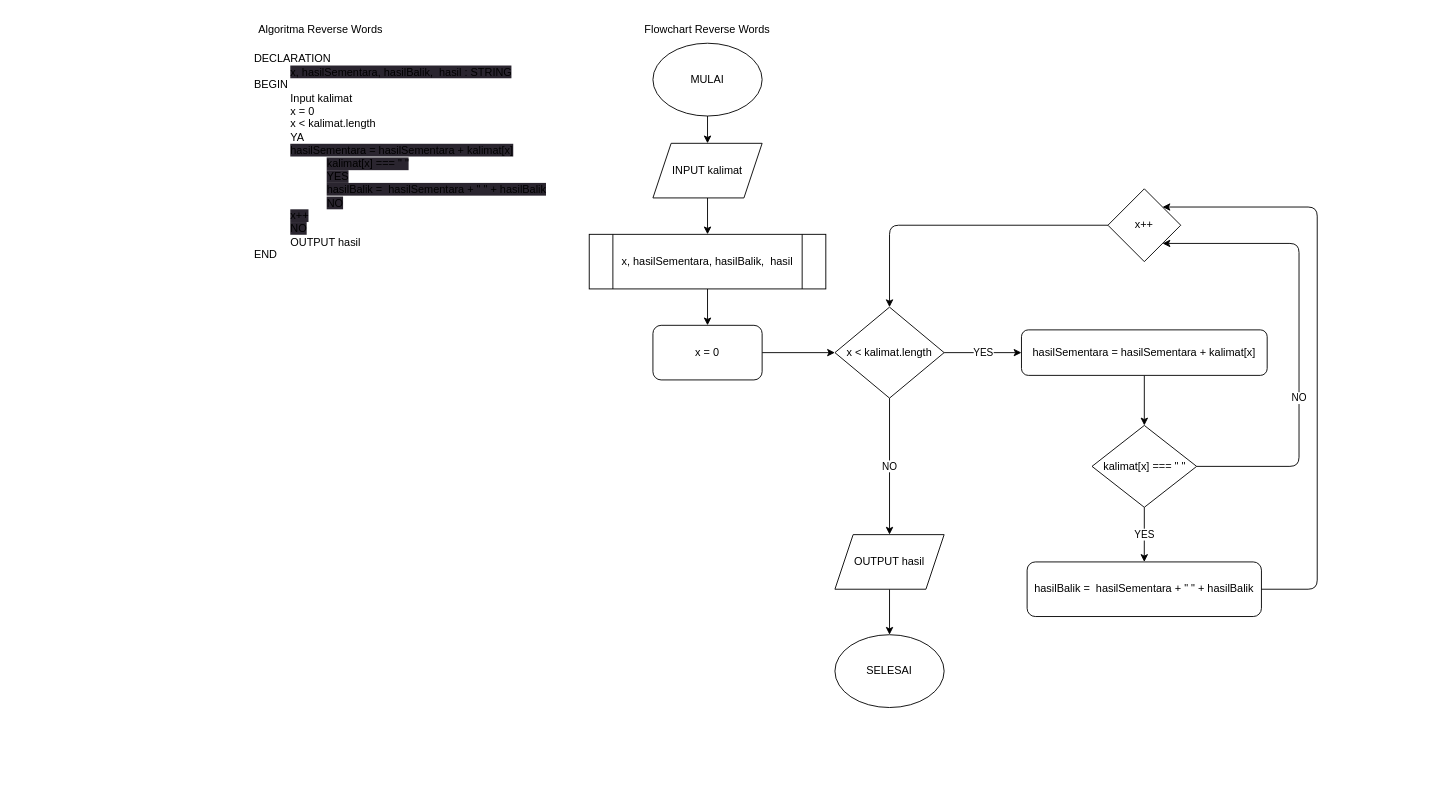
wisnu318/fwg17-computer-science keeps this draw.io diagram as page "Reverse Word" (1 of 2) of tugas6.drawio. Above is the earlier version. Source tidied: cells renumbered, new cells numbered last; positions are measured from the earlier drawing's top-left corner, leaving out a move shared by most shapes. Both pictures are drawn from the tidied source at 91%, with x=0, y=0 at pixel (234, 15).
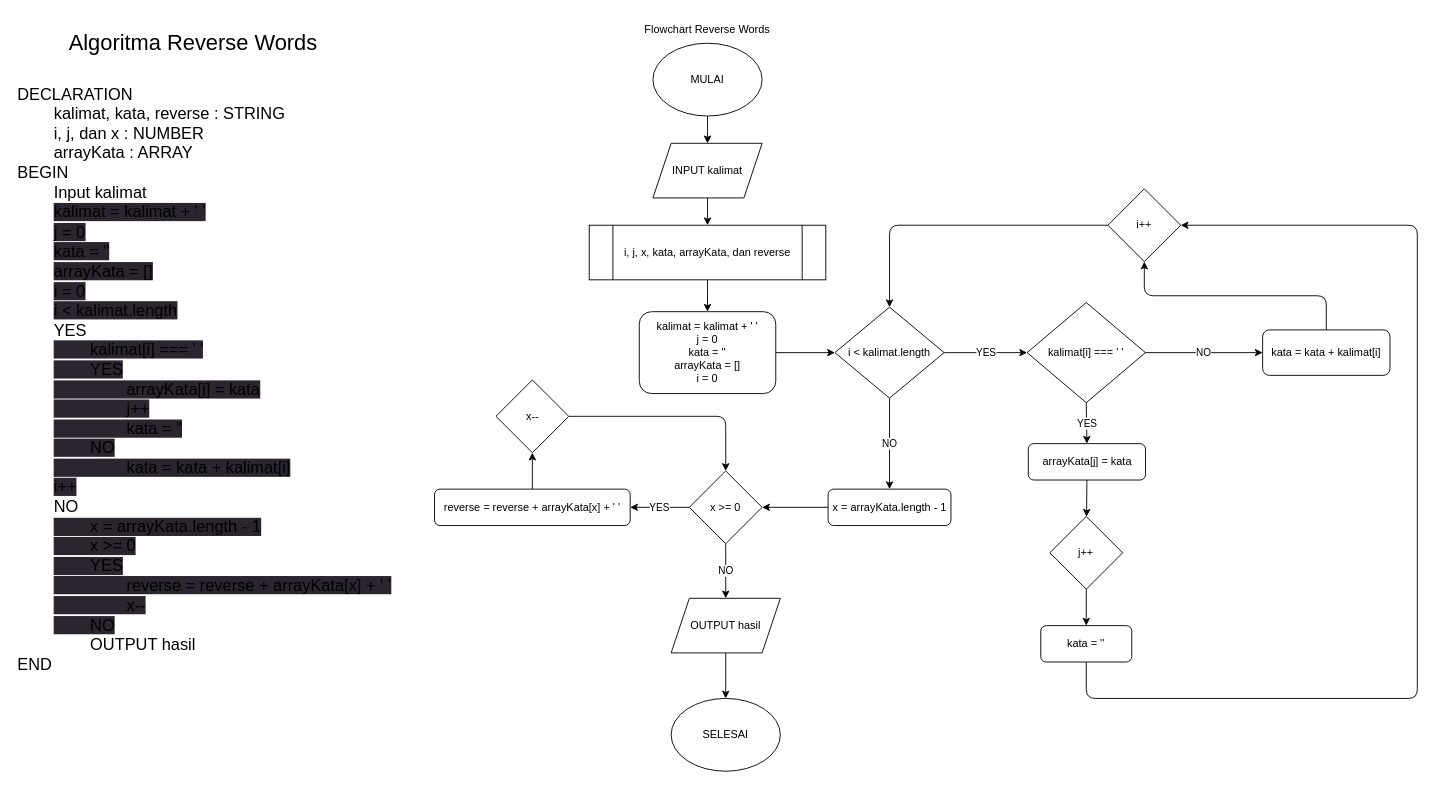
Above is the later version.

Diff of the diagram source:
```diff
@@
-    <mxCell id="2" value="Algoritma Reverse Words" style="text;html=1;strokeColor=none;fillColor=none;align=center;verticalAlign=middle;whiteSpace=wrap;rounded=0;" parent="1" vertex="1">
-      <mxGeometry width="190" height="30" as="geometry" />
+    <mxCell id="2" value="&lt;font style=&quot;font-size: 24px;&quot;&gt;Algoritma Reverse Words&lt;/font&gt;" style="text;html=1;strokeColor=none;fillColor=none;align=center;verticalAlign=middle;whiteSpace=wrap;rounded=0;" parent="1" vertex="1">
+      <mxGeometry x="-220" width="350" height="60" as="geometry" />
     </mxCell>
@@
-    <mxCell id="6" value="DECLARATION&lt;br&gt;&lt;blockquote style=&quot;margin: 0 0 0 40px; border: none; padding: 0px;&quot;&gt;&lt;span style=&quot;text-align: center; background-color: rgb(42, 37, 47);&quot;&gt;x, hasilSementara, hasilBalik,&amp;nbsp; hasil : STRING&lt;/span&gt;&lt;br&gt;&lt;/blockquote&gt;&lt;div style=&quot;&quot;&gt;BEGIN&lt;/div&gt;&lt;blockquote style=&quot;margin: 0 0 0 40px; border: none; padding: 0px;&quot;&gt;&lt;div style=&quot;&quot;&gt;Input kalimat&lt;/div&gt;&lt;div style=&quot;&quot;&gt;x = 0&lt;/div&gt;&lt;div style=&quot;&quot;&gt;x &amp;lt; kalimat.length&lt;/div&gt;&lt;div style=&quot;&quot;&gt;YA&lt;/div&gt;&lt;div style=&quot;&quot;&gt;&lt;span style=&quot;background-color: rgb(42, 37, 47); text-align: center;&quot;&gt;hasilSementara = hasilSementara + kalimat[x]&lt;/span&gt;&lt;/div&gt;&lt;/blockquote&gt;&lt;blockquote style=&quot;margin: 0 0 0 40px; border: none; padding: 0px;&quot;&gt;&lt;blockquote style=&quot;margin: 0 0 0 40px; border: none; padding: 0px;&quot;&gt;&lt;span style=&quot;text-align: center; background-color: rgb(42, 37, 47);&quot;&gt;kalimat[x] === &quot; &quot;&lt;/span&gt;&lt;/blockquote&gt;&lt;blockquote style=&quot;margin: 0 0 0 40px; border: none; padding: 0px;&quot;&gt;&lt;span style=&quot;text-align: center; background-color: rgb(42, 37, 47);&quot;&gt;YES&lt;/span&gt;&lt;/blockquote&gt;&lt;blockquote style=&quot;margin: 0 0 0 40px; border: none; padding: 0px;&quot;&gt;&lt;span style=&quot;text-align: center; background-color: rgb(42, 37, 47);&quot;&gt;hasilBalik =&amp;nbsp; hasilSementara + &quot; &quot; + hasilBalik&lt;/span&gt;&lt;/blockquote&gt;&lt;blockquote style=&quot;margin: 0 0 0 40px; border: none; padding: 0px;&quot;&gt;&lt;span style=&quot;background-color: rgb(42, 37, 47); text-align: center;&quot;&gt;NO&lt;/span&gt;&lt;/blockquote&gt;&lt;/blockquote&gt;&lt;blockquote style=&quot;margin: 0 0 0 40px; border: none; padding: 0px;&quot;&gt;&lt;div style=&quot;&quot;&gt;&lt;span style=&quot;text-align: center; background-color: rgb(42, 37, 47);&quot;&gt;x++&lt;/span&gt;&lt;br&gt;&lt;/div&gt;&lt;div style=&quot;&quot;&gt;&lt;span style=&quot;text-align: center; background-color: rgb(42, 37, 47);&quot;&gt;NO&lt;/span&gt;&lt;/div&gt;&lt;div style=&quot;&quot;&gt;OUTPUT hasil&lt;/div&gt;&lt;/blockquote&gt;&lt;div style=&quot;&quot;&gt;END&lt;/div&gt;" style="text;html=1;strokeColor=none;fillColor=none;align=left;verticalAlign=middle;whiteSpace=wrap;rounded=0;" parent="1" vertex="1">
-      <mxGeometry x="20" y="50" width="350" height="210" as="geometry" />
+    <mxCell id="6" value="&lt;font style=&quot;font-size: 18px;&quot;&gt;DECLARATION&lt;br&gt;&lt;/font&gt;&lt;blockquote style=&quot;margin: 0px 0px 0px 40px; border: none; padding: 0px; font-size: 18px;&quot;&gt;&lt;font style=&quot;font-size: 18px;&quot;&gt;&lt;span style=&quot;text-align: center;&quot;&gt;kalimat, kata, reverse : STRING&lt;/span&gt;&lt;br&gt;&lt;/font&gt;&lt;/blockquote&gt;&lt;blockquote style=&quot;margin: 0px 0px 0px 40px; border: none; padding: 0px; font-size: 18px;&quot;&gt;&lt;span style=&quot;text-align: center;&quot;&gt;&lt;font style=&quot;font-size: 18px;&quot;&gt;i, j, dan x : NUMBER&lt;/font&gt;&lt;/span&gt;&lt;/blockquote&gt;&lt;blockquote style=&quot;margin: 0px 0px 0px 40px; border: none; padding: 0px; font-size: 18px;&quot;&gt;&lt;span style=&quot;text-align: center;&quot;&gt;&lt;font style=&quot;font-size: 18px;&quot;&gt;arrayKata : ARRAY&lt;/font&gt;&lt;/span&gt;&lt;/blockquote&gt;&lt;div style=&quot;font-size: 18px;&quot;&gt;&lt;font style=&quot;font-size: 18px;&quot;&gt;BEGIN&lt;/font&gt;&lt;/div&gt;&lt;blockquote style=&quot;margin: 0px 0px 0px 40px; border: none; padding: 0px; font-size: 18px;&quot;&gt;&lt;div style=&quot;&quot;&gt;&lt;font style=&quot;font-size: 18px;&quot;&gt;Input kalimat&lt;/font&gt;&lt;/div&gt;&lt;div style=&quot;&quot;&gt;&lt;span style=&quot;background-color: rgb(42, 37, 47); text-align: center;&quot;&gt;&lt;font style=&quot;font-size: 18px;&quot;&gt;kalimat = kalimat + ' '&lt;/font&gt;&lt;/span&gt;&lt;/div&gt;&lt;div style=&quot;&quot;&gt;&lt;span style=&quot;background-color: rgb(42, 37, 47); text-align: center;&quot;&gt;&lt;font style=&quot;font-size: 18px;&quot;&gt;j = 0&lt;/font&gt;&lt;/span&gt;&lt;/div&gt;&lt;div style=&quot;&quot;&gt;&lt;span style=&quot;background-color: rgb(42, 37, 47); text-align: center;&quot;&gt;&lt;font style=&quot;font-size: 18px;&quot;&gt;kata = ''&lt;/font&gt;&lt;/span&gt;&lt;/div&gt;&lt;div style=&quot;&quot;&gt;&lt;span style=&quot;background-color: rgb(42, 37, 47); text-align: center;&quot;&gt;&lt;font style=&quot;font-size: 18px;&quot;&gt;arrayKata = []&lt;/font&gt;&lt;/span&gt;&lt;/div&gt;&lt;div style=&quot;&quot;&gt;&lt;span style=&quot;background-color: rgb(42, 37, 47); text-align: center;&quot;&gt;&lt;font style=&quot;font-size: 18px;&quot;&gt;i = 0&lt;/font&gt;&lt;/span&gt;&lt;/div&gt;&lt;/blockquote&gt;&lt;blockquote style=&quot;margin: 0px 0px 0px 40px; border: none; padding: 0px; font-size: 18px;&quot;&gt;&lt;div style=&quot;&quot;&gt;&lt;font style=&quot;font-size: 18px;&quot;&gt;&lt;span style=&quot;text-align: center; background-color: rgb(42, 37, 47);&quot;&gt;i &amp;lt; kalimat.length&lt;/span&gt;&lt;br&gt;&lt;/font&gt;&lt;/div&gt;&lt;div style=&quot;&quot;&gt;&lt;font style=&quot;font-size: 18px;&quot;&gt;YES&lt;/font&gt;&lt;/div&gt;&lt;div style=&quot;&quot;&gt;&lt;font style=&quot;font-size: 18px;&quot;&gt;&lt;span style=&quot;text-align: center; background-color: rgb(42, 37, 47);&quot;&gt;&lt;span style=&quot;white-space: pre;&quot;&gt;&#9;&lt;/span&gt;kalimat[i] === ' '&lt;/span&gt;&lt;br&gt;&lt;/font&gt;&lt;/div&gt;&lt;div style=&quot;&quot;&gt;&lt;span style=&quot;text-align: center; background-color: rgb(42, 37, 47);&quot;&gt;&lt;font style=&quot;font-size: 18px;&quot;&gt;&lt;span style=&quot;&quot;&gt;&#9;&lt;/span&gt;&lt;span style=&quot;&quot;&gt;&#9;&lt;/span&gt;&lt;span style=&quot;white-space: pre;&quot;&gt;&#9;&lt;/span&gt;YES&lt;br&gt;&lt;/font&gt;&lt;/span&gt;&lt;/div&gt;&lt;/blockquote&gt;&lt;blockquote style=&quot;margin: 0px 0px 0px 40px; border: none; padding: 0px; font-size: 18px;&quot;&gt;&lt;span style=&quot;text-align: center; background-color: rgb(42, 37, 47);&quot;&gt;&lt;font style=&quot;font-size: 18px;&quot;&gt;&lt;span style=&quot;&quot;&gt;&#9;&lt;/span&gt;&lt;span style=&quot;white-space: pre;&quot;&gt;&#9;&lt;/span&gt;&lt;span style=&quot;white-space: pre;&quot;&gt;&#9;&lt;/span&gt;arrayKata[j] = kata&lt;/font&gt;&lt;/span&gt;&lt;/blockquote&gt;&lt;blockquote style=&quot;margin: 0px 0px 0px 40px; border: none; padding: 0px; font-size: 18px;&quot;&gt;&lt;font style=&quot;font-size: 18px;&quot;&gt;&lt;span style=&quot;background-color: rgb(42, 37, 47); text-align: center;&quot;&gt;&lt;span style=&quot;white-space: pre;&quot;&gt;&#9;&lt;/span&gt;&lt;span style=&quot;white-space: pre;&quot;&gt;&#9;&lt;/span&gt;j++&lt;/span&gt;&lt;span style=&quot;text-align: center; background-color: rgb(42, 37, 47);&quot;&gt;&lt;br&gt;&lt;/span&gt;&lt;span style=&quot;text-align: center; background-color: rgb(42, 37, 47);&quot;&gt;&lt;span style=&quot;white-space: pre;&quot;&gt;&#9;&lt;/span&gt;&lt;span style=&quot;white-space: pre;&quot;&gt;&#9;&lt;/span&gt;kata = ''&lt;/span&gt;&lt;/font&gt;&lt;/blockquote&gt;&lt;blockquote style=&quot;margin: 0px 0px 0px 40px; border: none; padding: 0px; font-size: 18px;&quot;&gt;&lt;font style=&quot;font-size: 18px;&quot;&gt;&lt;span style=&quot;background-color: rgb(42, 37, 47); text-align: center;&quot;&gt;&lt;span style=&quot;white-space: pre;&quot;&gt;&#9;&lt;/span&gt;NO&lt;/span&gt;&lt;span style=&quot;text-align: center;&quot;&gt;&amp;nbsp;&lt;/span&gt;&lt;/font&gt;&lt;/blockquote&gt;&lt;blockquote style=&quot;margin: 0px 0px 0px 40px; border: none; padding: 0px; font-size: 18px;&quot;&gt;&lt;span style=&quot;text-align: center; background-color: rgb(42, 37, 47);&quot;&gt;&lt;font style=&quot;font-size: 18px;&quot;&gt;&lt;span style=&quot;white-space: pre;&quot;&gt;&#9;&lt;/span&gt;&lt;span style=&quot;white-space: pre;&quot;&gt;&#9;&lt;/span&gt;kata = kata + kalimat[i]&lt;/font&gt;&lt;/span&gt;&lt;/blockquote&gt;&lt;blockquote style=&quot;margin: 0px 0px 0px 40px; border: none; padding: 0px; font-size: 18px;&quot;&gt;&lt;font style=&quot;font-size: 18px;&quot;&gt;&lt;span style=&quot;text-align: center; background-color: rgb(42, 37, 47);&quot;&gt;i++&lt;/span&gt;&lt;span style=&quot;text-align: center;&quot;&gt;&lt;br&gt;&lt;/span&gt;&lt;/font&gt;&lt;/blockquote&gt;&lt;blockquote style=&quot;margin: 0px 0px 0px 40px; border: none; padding: 0px; font-size: 18px;&quot;&gt;&lt;span style=&quot;text-align: center;&quot;&gt;&lt;font style=&quot;font-size: 18px;&quot;&gt;NO&lt;/font&gt;&lt;/span&gt;&lt;/blockquote&gt;&lt;blockquote style=&quot;margin: 0px 0px 0px 40px; border: none; padding: 0px; font-size: 18px;&quot;&gt;&lt;font style=&quot;font-size: 18px;&quot;&gt;&lt;span style=&quot;text-align: center; background-color: rgb(42, 37, 47);&quot;&gt;&lt;span style=&quot;white-space: pre;&quot;&gt;&#9;&lt;/span&gt;x = arrayKata.length - 1&lt;br&gt;&lt;/span&gt;&lt;span style=&quot;text-align: center; background-color: rgb(42, 37, 47);&quot;&gt;&lt;span style=&quot;white-space: pre;&quot;&gt;&#9;&lt;/span&gt;x &amp;gt;= 0&lt;/span&gt;&lt;/font&gt;&lt;/blockquote&gt;&lt;blockquote style=&quot;margin: 0px 0px 0px 40px; border: none; padding: 0px; font-size: 18px;&quot;&gt;&lt;span style=&quot;text-align: center; background-color: rgb(42, 37, 47);&quot;&gt;&lt;font style=&quot;font-size: 18px;&quot;&gt;&lt;span style=&quot;white-space: pre;&quot;&gt;&#9;&lt;/span&gt;YES&lt;/font&gt;&lt;/span&gt;&lt;/blockquote&gt;&lt;blockquote style=&quot;margin: 0px 0px 0px 40px; border: none; padding: 0px; font-size: 18px;&quot;&gt;&lt;font style=&quot;font-size: 18px;&quot;&gt;&lt;span style=&quot;text-align: center; background-color: rgb(42, 37, 47);&quot;&gt;&lt;span style=&quot;white-space: pre;&quot;&gt;&#9;&lt;/span&gt;&lt;span style=&quot;white-space: pre;&quot;&gt;&#9;&lt;/span&gt;reverse = reverse + arrayKata[x] + ' '&lt;/span&gt;&lt;span style=&quot;text-align: center; background-color: rgb(42, 37, 47);&quot;&gt;&lt;br&gt;&lt;/span&gt;&lt;/font&gt;&lt;/blockquote&gt;&lt;blockquote style=&quot;margin: 0px 0px 0px 40px; border: none; padding: 0px; font-size: 18px;&quot;&gt;&lt;span style=&quot;text-align: center; background-color: rgb(42, 37, 47);&quot;&gt;&lt;font style=&quot;font-size: 18px;&quot;&gt;&lt;span style=&quot;white-space: pre;&quot;&gt;&#9;&lt;/span&gt;&lt;span style=&quot;white-space: pre;&quot;&gt;&#9;&lt;/span&gt;x--&lt;/font&gt;&lt;/span&gt;&lt;/blockquote&gt;&lt;blockquote style=&quot;margin: 0px 0px 0px 40px; border: none; padding: 0px; font-size: 18px;&quot;&gt;&lt;span style=&quot;text-align: center; background-color: rgb(42, 37, 47);&quot;&gt;&lt;font style=&quot;font-size: 18px;&quot;&gt;&lt;span style=&quot;white-space: pre;&quot;&gt;&#9;&lt;/span&gt;NO&lt;/font&gt;&lt;/span&gt;&lt;/blockquote&gt;&lt;blockquote style=&quot;margin: 0px 0px 0px 40px; border: none; padding: 0px; font-size: 18px;&quot;&gt;&lt;div style=&quot;&quot;&gt;&lt;font style=&quot;font-size: 18px;&quot;&gt;&lt;span style=&quot;white-space: pre;&quot;&gt;&#9;&lt;/span&gt;OUTPUT hasil&lt;br&gt;&lt;/font&gt;&lt;/div&gt;&lt;/blockquote&gt;&lt;div style=&quot;font-size: 18px;&quot;&gt;&lt;font style=&quot;font-size: 18px;&quot;&gt;END&lt;/font&gt;&lt;/div&gt;" style="text;html=1;strokeColor=none;fillColor=none;align=left;verticalAlign=middle;whiteSpace=wrap;rounded=0;" parent="1" vertex="1">
+      <mxGeometry x="-240" y="80" width="430" height="640" as="geometry" />
     </mxCell>
@@
-    <mxCell id="10" value="x, hasilSementara, hasilBalik,&amp;nbsp; hasil" style="shape=process;whiteSpace=wrap;html=1;backgroundOutline=1;" parent="1" vertex="1">
-      <mxGeometry x="390" y="240" width="260" height="60" as="geometry" />
+    <mxCell id="10" value="i, j, x, kata, arrayKata, dan reverse" style="shape=process;whiteSpace=wrap;html=1;backgroundOutline=1;" parent="1" vertex="1">
+      <mxGeometry x="390" y="230" width="260" height="60" as="geometry" />
     </mxCell>
@@
-    <mxCell id="12" value="x = 0" style="rounded=1;whiteSpace=wrap;html=1;" parent="1" vertex="1">
-      <mxGeometry x="460" y="340" width="120" height="60" as="geometry" />
+    <mxCell id="12" value="kalimat = kalimat + ' '&lt;br&gt;j = 0&lt;br&gt;kata = ''&lt;br&gt;arrayKata = []&lt;br&gt;i = 0" style="rounded=1;whiteSpace=wrap;html=1;" parent="1" vertex="1">
+      <mxGeometry x="445" y="325" width="150" height="90" as="geometry" />
     </mxCell>
-    <mxCell id="13" value="YES" style="edgeStyle=orthogonalEdgeStyle;html=1;exitX=1;exitY=0.5;exitDx=0;exitDy=0;entryX=0;entryY=0.5;entryDx=0;entryDy=0;" parent="1" edge="1" source="15" target="17">
+    <mxCell id="13" value="YES" style="edgeStyle=orthogonalEdgeStyle;html=1;exitX=1;exitY=0.5;exitDx=0;exitDy=0;entryX=0;entryY=0.5;entryDx=0;entryDy=0;" parent="1" edge="1" source="15" target="31">
       <mxGeometry relative="1" as="geometry" />
     </mxCell>
-    <mxCell id="14" value="NO" style="edgeStyle=orthogonalEdgeStyle;html=1;exitX=0.5;exitY=1;exitDx=0;exitDy=0;" parent="1" edge="1" source="15" target="21">
+    <mxCell id="14" value="NO" style="edgeStyle=orthogonalEdgeStyle;html=1;exitX=0.5;exitY=1;exitDx=0;exitDy=0;" parent="1" edge="1" source="15" target="39">
       <mxGeometry relative="1" as="geometry" />
     </mxCell>
-    <mxCell id="15" value="x &amp;lt; kalimat.length" style="rhombus;whiteSpace=wrap;html=1;" parent="1" vertex="1">
+    <mxCell id="15" value="i &amp;lt; kalimat.length" style="rhombus;whiteSpace=wrap;html=1;" parent="1" vertex="1">
       <mxGeometry x="660" y="320" width="120" height="100" as="geometry" />
     </mxCell>
-    <mxCell id="16" style="edgeStyle=orthogonalEdgeStyle;html=1;exitX=0.5;exitY=1;exitDx=0;exitDy=0;entryX=0.5;entryY=0;entryDx=0;entryDy=0;" parent="1" edge="1" source="17" target="25">
-      <mxGeometry relative="1" as="geometry" />
-    </mxCell>
-    <mxCell id="17" value="hasilSementara = hasilSementara + kalimat[x]" style="rounded=1;whiteSpace=wrap;html=1;" parent="1" vertex="1">
-      <mxGeometry x="865" y="345" width="270" height="50" as="geometry" />
-    </mxCell>
@@
-    <mxCell id="19" value="x++" style="rhombus;whiteSpace=wrap;html=1;" parent="1" vertex="1">
+    <mxCell id="19" value="i++" style="rhombus;whiteSpace=wrap;html=1;" parent="1" vertex="1">
       <mxGeometry x="960" y="190" width="80" height="80" as="geometry" />
     </mxCell>
@@
     <mxCell id="21" value="OUTPUT hasil" style="shape=parallelogram;perimeter=parallelogramPerimeter;whiteSpace=wrap;html=1;fixedSize=1;" parent="1" vertex="1">
-      <mxGeometry x="660" y="570" width="120" height="60" as="geometry" />
+      <mxGeometry x="480" y="640" width="120" height="60" as="geometry" />
     </mxCell>
     <mxCell id="22" value="SELESAI" style="ellipse;whiteSpace=wrap;html=1;" parent="1" vertex="1">
-      <mxGeometry x="660" y="680" width="120" height="80" as="geometry" />
+      <mxGeometry x="480" y="750" width="120" height="80" as="geometry" />
     </mxCell>
-    <mxCell id="23" value="NO" style="edgeStyle=orthogonalEdgeStyle;html=1;exitX=1;exitY=0.5;exitDx=0;exitDy=0;entryX=1;entryY=1;entryDx=0;entryDy=0;" parent="1" edge="1" source="25" target="19">
-      <mxGeometry x="-0.26" relative="1" as="geometry">
-        <Array as="points">
-          <mxPoint x="1170" y="495" />
-          <mxPoint x="1170" y="250" />
-        </Array>
-      </mxGeometry>
-    </mxCell>
-    <mxCell id="24" value="YES" style="edgeStyle=orthogonalEdgeStyle;html=1;exitX=0.5;exitY=1;exitDx=0;exitDy=0;entryX=0.5;entryY=0;entryDx=0;entryDy=0;" parent="1" edge="1" source="25" target="27">
-      <mxGeometry relative="1" as="geometry" />
-    </mxCell>
-    <mxCell id="25" value="kalimat[x] === &quot; &quot;" style="rhombus;whiteSpace=wrap;html=1;" parent="1" vertex="1">
-      <mxGeometry x="942.5" y="450" width="115" height="90" as="geometry" />
-    </mxCell>
-    <mxCell id="26" style="edgeStyle=orthogonalEdgeStyle;html=1;exitX=1;exitY=0.5;exitDx=0;exitDy=0;entryX=1;entryY=0;entryDx=0;entryDy=0;" parent="1" edge="1" source="27" target="19">
-      <mxGeometry relative="1" as="geometry">
-        <Array as="points">
-          <mxPoint x="1190" y="630" />
-          <mxPoint x="1190" y="210" />
-        </Array>
-      </mxGeometry>
-    </mxCell>
+    <mxCell id="28" style="edgeStyle=none;html=1;exitX=0.5;exitY=1;exitDx=0;exitDy=0;" parent="1" edge="1" source="27" target="33">
+      <mxGeometry relative="1" as="geometry" />
+    </mxCell>
-    <mxCell id="27" value="hasilBalik =&amp;nbsp; hasilSementara + &quot; &quot; + hasilBalik" style="rounded=1;whiteSpace=wrap;html=1;" parent="1" vertex="1">
-      <mxGeometry x="871.2" y="600" width="257.5" height="60" as="geometry" />
+    <mxCell id="27" value="arrayKata[j] = kata" style="rounded=1;whiteSpace=wrap;html=1;" parent="1" vertex="1">
+      <mxGeometry x="872.5" y="470" width="128.8" height="40" as="geometry" />
     </mxCell>
+    <mxCell id="29" value="YES" style="edgeStyle=none;html=1;exitX=0.5;exitY=1;exitDx=0;exitDy=0;entryX=0.5;entryY=0;entryDx=0;entryDy=0;" parent="1" edge="1" source="31" target="27">
+      <mxGeometry relative="1" as="geometry" />
+    </mxCell>
+    <mxCell id="30" value="NO" style="edgeStyle=none;html=1;exitX=1;exitY=0.5;exitDx=0;exitDy=0;entryX=0;entryY=0.5;entryDx=0;entryDy=0;" parent="1" edge="1" source="31" target="37">
+      <mxGeometry relative="1" as="geometry" />
+    </mxCell>
+    <mxCell id="31" value="kalimat[i] === ' '" style="rhombus;whiteSpace=wrap;html=1;" parent="1" vertex="1">
+      <mxGeometry x="871.2" y="315" width="130" height="110" as="geometry" />
+    </mxCell>
+    <mxCell id="32" style="edgeStyle=none;html=1;exitX=0.5;exitY=1;exitDx=0;exitDy=0;entryX=0.5;entryY=0;entryDx=0;entryDy=0;" parent="1" edge="1" source="33" target="35">
+      <mxGeometry relative="1" as="geometry" />
+    </mxCell>
+    <mxCell id="33" value="j++" style="rhombus;whiteSpace=wrap;html=1;" parent="1" vertex="1">
+      <mxGeometry x="896.2" y="550" width="80" height="80" as="geometry" />
+    </mxCell>
+    <mxCell id="34" style="edgeStyle=orthogonalEdgeStyle;html=1;exitX=0.5;exitY=1;exitDx=0;exitDy=0;entryX=1;entryY=0.5;entryDx=0;entryDy=0;" parent="1" edge="1" source="35" target="19">
+      <mxGeometry relative="1" as="geometry">
+        <Array as="points">
+          <mxPoint x="936" y="750" />
+          <mxPoint x="1300" y="750" />
+          <mxPoint x="1300" y="230" />
+        </Array>
+      </mxGeometry>
+    </mxCell>
+    <mxCell id="35" value="kata = ''" style="rounded=1;whiteSpace=wrap;html=1;" parent="1" vertex="1">
+      <mxGeometry x="886.2" y="670" width="100" height="40" as="geometry" />
+    </mxCell>
+    <mxCell id="36" style="edgeStyle=orthogonalEdgeStyle;html=1;exitX=0.5;exitY=0;exitDx=0;exitDy=0;entryX=0.5;entryY=1;entryDx=0;entryDy=0;" parent="1" edge="1" source="37" target="19">
+      <mxGeometry relative="1" as="geometry" />
+    </mxCell>
+    <mxCell id="37" value="kata = kata + kalimat[i]" style="rounded=1;whiteSpace=wrap;html=1;" parent="1" vertex="1">
+      <mxGeometry x="1130" y="345" width="140" height="50" as="geometry" />
+    </mxCell>
+    <mxCell id="38" style="edgeStyle=orthogonalEdgeStyle;html=1;exitX=0;exitY=0.5;exitDx=0;exitDy=0;entryX=1;entryY=0.5;entryDx=0;entryDy=0;" parent="1" edge="1" source="39" target="42">
+      <mxGeometry relative="1" as="geometry" />
+    </mxCell>
+    <mxCell id="39" value="x = arrayKata.length - 1" style="rounded=1;whiteSpace=wrap;html=1;" parent="1" vertex="1">
+      <mxGeometry x="652.5" y="520" width="135" height="40" as="geometry" />
+    </mxCell>
+    <mxCell id="40" value="YES" style="edgeStyle=orthogonalEdgeStyle;html=1;exitX=0;exitY=0.5;exitDx=0;exitDy=0;" parent="1" edge="1" source="42" target="44">
+      <mxGeometry relative="1" as="geometry" />
+    </mxCell>
+    <mxCell id="41" value="NO" style="edgeStyle=orthogonalEdgeStyle;html=1;exitX=0.5;exitY=1;exitDx=0;exitDy=0;entryX=0.5;entryY=0;entryDx=0;entryDy=0;" parent="1" edge="1" source="42" target="21">
+      <mxGeometry relative="1" as="geometry" />
+    </mxCell>
+    <mxCell id="42" value="x &amp;gt;= 0" style="rhombus;whiteSpace=wrap;html=1;" parent="1" vertex="1">
+      <mxGeometry x="500" y="500" width="80" height="80" as="geometry" />
+    </mxCell>
+    <mxCell id="43" style="edgeStyle=orthogonalEdgeStyle;html=1;exitX=0.5;exitY=0;exitDx=0;exitDy=0;entryX=0.5;entryY=1;entryDx=0;entryDy=0;" parent="1" edge="1" source="44" target="46">
+      <mxGeometry relative="1" as="geometry" />
+    </mxCell>
+    <mxCell id="44" value="reverse = reverse + arrayKata[x] + ' '" style="rounded=1;whiteSpace=wrap;html=1;" parent="1" vertex="1">
+      <mxGeometry x="220" y="520" width="215" height="40" as="geometry" />
+    </mxCell>
+    <mxCell id="45" style="edgeStyle=orthogonalEdgeStyle;html=1;exitX=1;exitY=0.5;exitDx=0;exitDy=0;entryX=0.5;entryY=0;entryDx=0;entryDy=0;" parent="1" edge="1" source="46" target="42">
+      <mxGeometry relative="1" as="geometry" />
+    </mxCell>
+    <mxCell id="46" value="x--" style="rhombus;whiteSpace=wrap;html=1;" parent="1" vertex="1">
+      <mxGeometry x="287.5" y="400" width="80" height="80" as="geometry" />
+    </mxCell>
```
